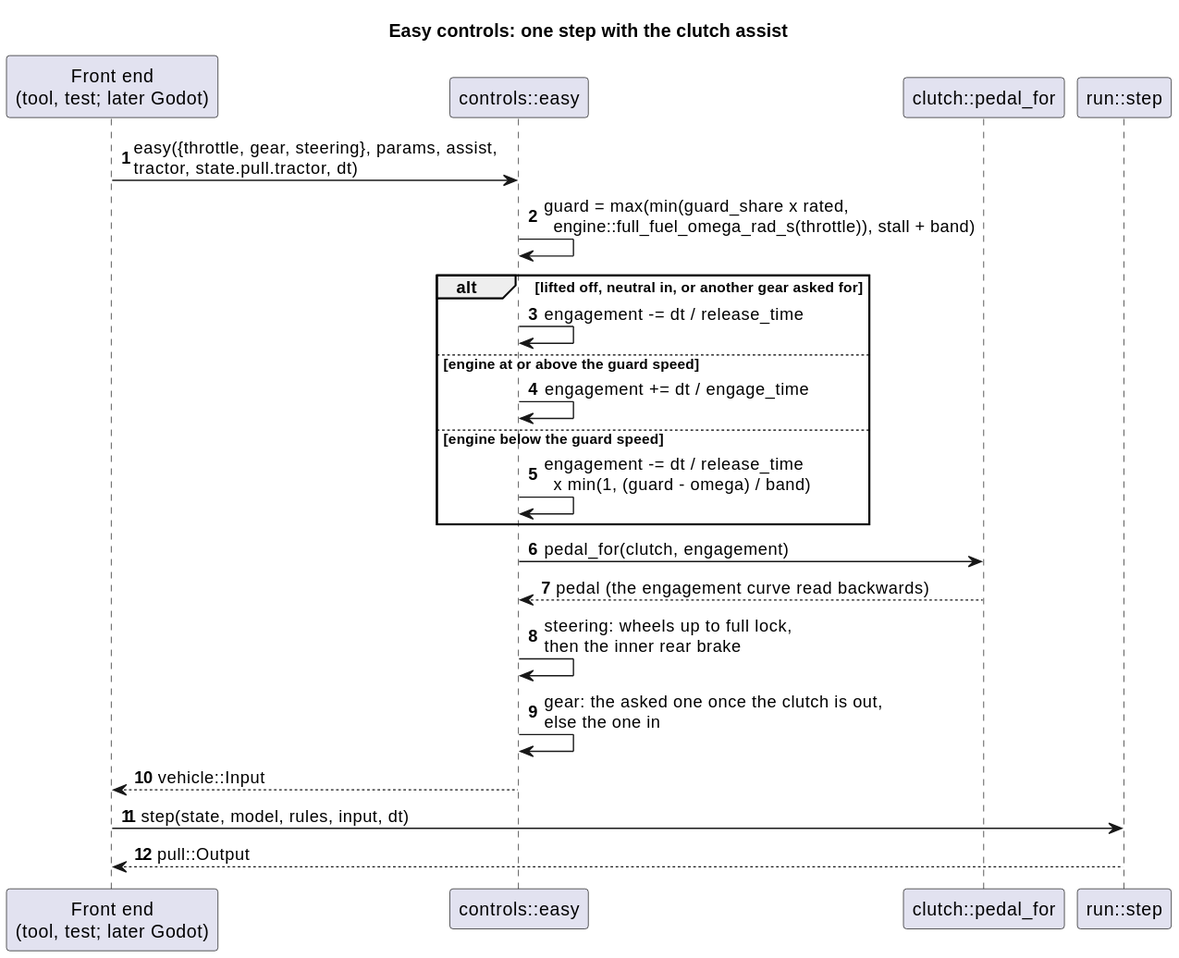
wversteeg/TractorPulling keeps this PlantUML diagram as docs/diagrams/svg/easy_controls_sequence.svg. Above is the earlier version.
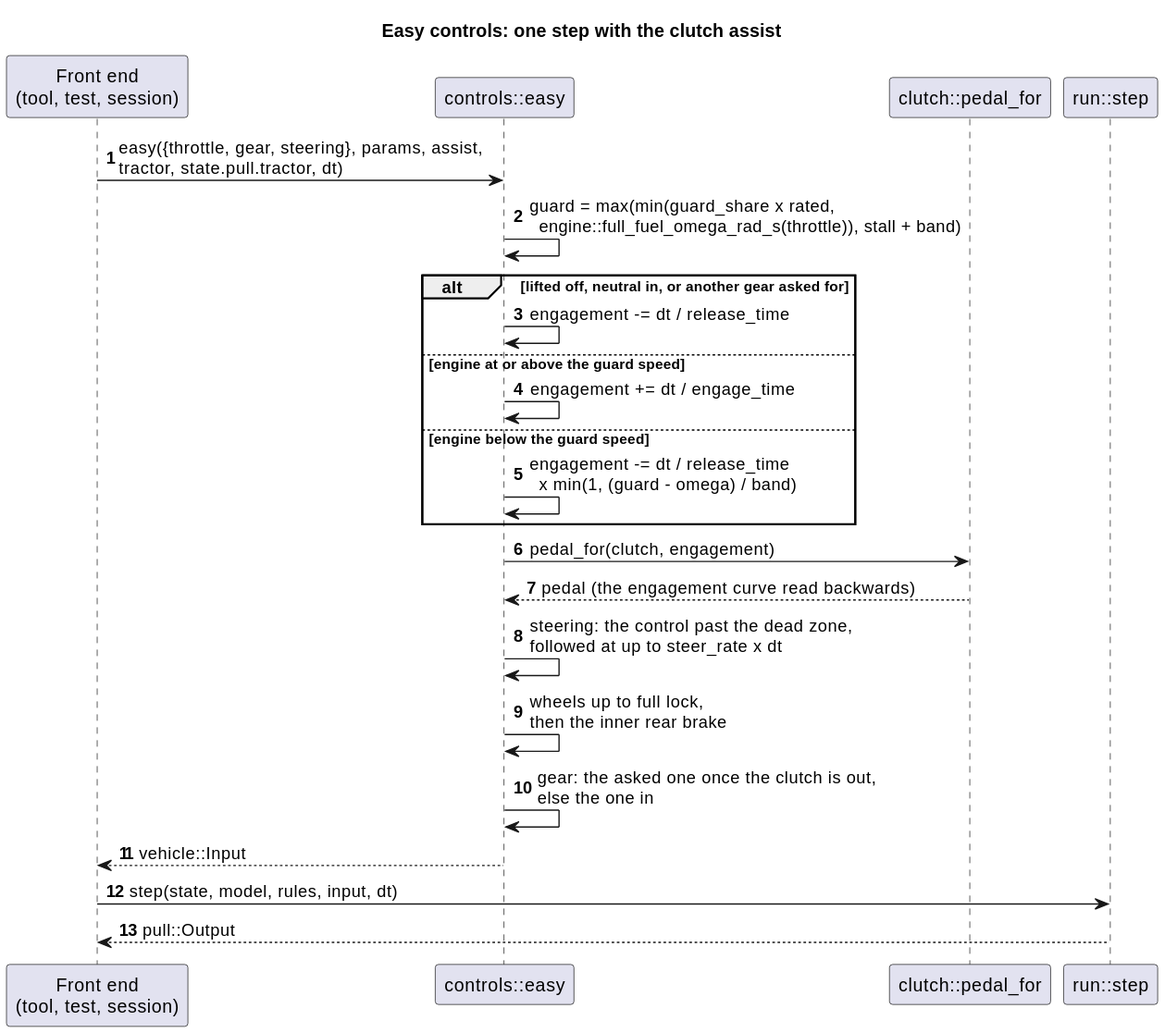
The same diagram one commit later.

Commit message:
Easy layout: a steering dead zone and rate

What changed in the source:
```diff
@@ -1,7 +1,7 @@
 @startuml
 title Easy controls: one step with the clutch assist
 autonumber
-participant "Front end\n(tool, test; later Godot)" as Frontend
+participant "Front end\n(tool, test, session)" as Frontend
 participant "controls::easy" as Easy
 participant "clutch::pedal_for" as PedalFor
 participant "run::step" as Run
@@ -17,7 +17,8 @@
 end
 Easy -> PedalFor : pedal_for(clutch, engagement)
 PedalFor --> Easy : pedal (the engagement curve read backwards)
-Easy -> Easy : steering: wheels up to full lock,\nthen the inner rear brake
+Easy -> Easy : steering: the control past the dead zone,\nfollowed at up to steer_rate x dt
+Easy -> Easy : wheels up to full lock,\nthen the inner rear brake
 Easy -> Easy : gear: the asked one once the clutch is out,\nelse the one in
 Easy --> Frontend : vehicle::Input
 Frontend -> Run : step(state, model, rules, input, dt)
```
